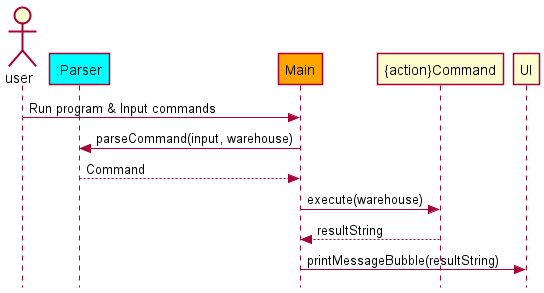
The PlantUML diagram docs/diagrams/GeneralProgramFlowSequenceDiagram.png in zh1huang/tp, before a commit.
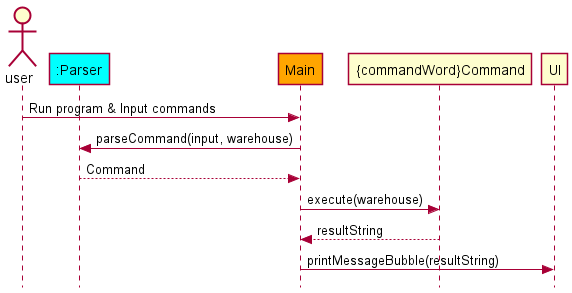
After the change.

The edit, as a diff of the source:
```diff
@@ -8,8 +8,8 @@
 user -> Main: Run program & Input commands
 Main -> Parser: parseCommand(input, warehouse)
 Parser --> Main: Command
-Main -> "{action}Command": execute(warehouse)
-"{action}Command" --> Main: resultString
+Main -> "{commandWord}Command": execute(warehouse)
+"{commandWord}Command" --> Main: resultString
 Main -> UI: printMessageBubble(resultString)
 
 @enduml
```
